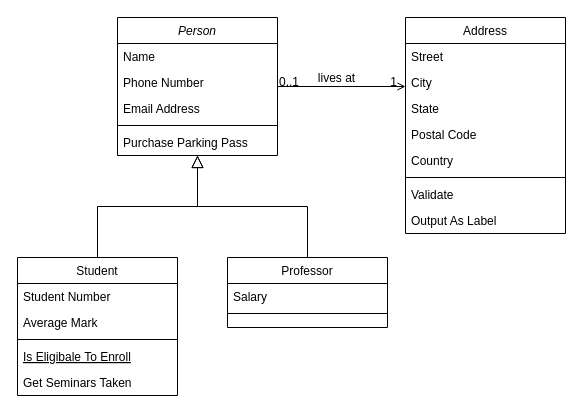
Before: Phase1Domain.drawio in spjanic10/BuySellWebApp, a draw.io diagram. Source tidied: cells renumbered, new cells numbered last; positions are measured from the earlier drawing's top-left corner, leaving out a move shared by most shapes. Both pictures are drawn from the tidied source at 100%, with x=0, y=0 at pixel (17, 17).
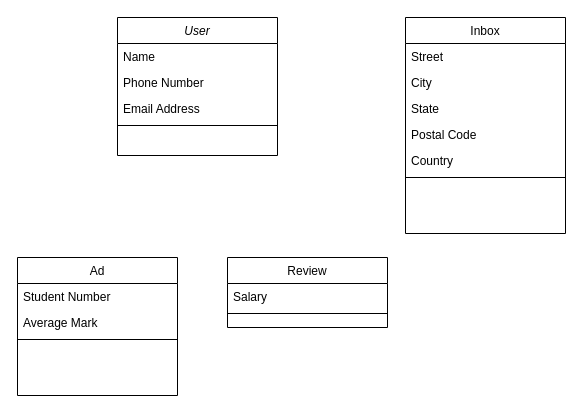
After the change.

Diff of the diagram source:
```diff
@@
-    <mxCell id="2" value="Person" style="swimlane;fontStyle=2;align=center;verticalAlign=top;horizontal=1;startSize=26;rounded=0;shadow=0;strokeWidth=1;" parent="1" vertex="1">
+    <mxCell id="2" value="User" style="swimlane;fontStyle=2;align=center;verticalAlign=top;horizontal=1;startSize=26;rounded=0;shadow=0;strokeWidth=1;" parent="1" vertex="1">
       <mxGeometry x="100" width="160" height="138" as="geometry" />
     </mxCell>
@@
-    <mxCell id="7" value="Purchase Parking Pass" style="text;align=left;verticalAlign=top;spacingLeft=4;spacingRight=4;overflow=hidden;" parent="2" vertex="1">
-      <mxGeometry y="112" width="160" height="26" as="geometry" />
-    </mxCell>
-    <mxCell id="8" value="Student" style="swimlane;fontStyle=0;align=center;verticalAlign=top;horizontal=1;startSize=26;rounded=0;shadow=0;strokeWidth=1;" parent="1" vertex="1">
+    <mxCell id="8" value="Ad" style="swimlane;fontStyle=0;align=center;verticalAlign=top;horizontal=1;startSize=26;rounded=0;shadow=0;strokeWidth=1;" parent="1" vertex="1">
       <mxGeometry y="240" width="160" height="138" as="geometry" />
     </mxCell>
@@
-    <mxCell id="12" value="Is Eligibale To Enroll" style="text;align=left;verticalAlign=top;spacingLeft=4;spacingRight=4;overflow=hidden;fontStyle=4;" parent="8" vertex="1">
-      <mxGeometry y="86" width="160" height="26" as="geometry" />
-    </mxCell>
-    <mxCell id="13" value="Get Seminars Taken" style="text;align=left;verticalAlign=top;spacingLeft=4;spacingRight=4;overflow=hidden;" parent="8" vertex="1">
-      <mxGeometry y="112" width="160" height="26" as="geometry" />
-    </mxCell>
-    <mxCell id="14" style="endArrow=block;endSize=10;endFill=0;shadow=0;strokeWidth=1;rounded=0;edgeStyle=elbowEdgeStyle;elbow=vertical;" parent="1" edge="1" source="8" target="2">
-      <mxGeometry relative="1" as="geometry" />
-    </mxCell>
-    <mxCell id="15" value="Professor" style="swimlane;fontStyle=0;align=center;verticalAlign=top;horizontal=1;startSize=26;rounded=0;shadow=0;strokeWidth=1;" parent="1" vertex="1">
+    <mxCell id="15" value="Review" style="swimlane;fontStyle=0;align=center;verticalAlign=top;horizontal=1;startSize=26;rounded=0;shadow=0;strokeWidth=1;" parent="1" vertex="1">
       <mxGeometry x="210" y="240" width="160" height="70" as="geometry" />
     </mxCell>
@@
-    <mxCell id="18" style="endArrow=block;endSize=10;endFill=0;shadow=0;strokeWidth=1;rounded=0;edgeStyle=elbowEdgeStyle;elbow=vertical;" parent="1" edge="1" source="15" target="2">
-      <mxGeometry relative="1" as="geometry" />
-    </mxCell>
-    <mxCell id="19" value="Address" style="swimlane;fontStyle=0;align=center;verticalAlign=top;horizontal=1;startSize=26;rounded=0;shadow=0;strokeWidth=1;" parent="1" vertex="1">
+    <mxCell id="19" value="Inbox" style="swimlane;fontStyle=0;align=center;verticalAlign=top;horizontal=1;startSize=26;rounded=0;shadow=0;strokeWidth=1;" parent="1" vertex="1">
       <mxGeometry x="388" width="160" height="216" as="geometry" />
     </mxCell>
@@
-    <mxCell id="26" value="Validate" style="text;align=left;verticalAlign=top;spacingLeft=4;spacingRight=4;overflow=hidden;" parent="19" vertex="1">
-      <mxGeometry y="164" width="160" height="26" as="geometry" />
-    </mxCell>
-    <mxCell id="27" value="Output As Label" style="text;align=left;verticalAlign=top;spacingLeft=4;spacingRight=4;overflow=hidden;" parent="19" vertex="1">
-      <mxGeometry y="190" width="160" height="26" as="geometry" />
-    </mxCell>
-    <mxCell id="28" style="endArrow=open;shadow=0;strokeWidth=1;rounded=0;endFill=1;edgeStyle=elbowEdgeStyle;elbow=vertical;" parent="1" edge="1" source="2" target="19">
-      <mxGeometry x="0.5" y="41" relative="1" as="geometry">
-        <mxPoint x="-40" y="32" as="offset" />
-      </mxGeometry>
-    </mxCell>
-    <mxCell id="29" value="0..1" style="align=left;verticalAlign=bottom;labelBackgroundColor=none;fontSize=12;" parent="28" vertex="1">
-      <mxGeometry x="-1" relative="1" as="geometry">
-        <mxPoint y="4" as="offset" />
-      </mxGeometry>
-    </mxCell>
-    <mxCell id="30" value="1" style="align=right;verticalAlign=bottom;labelBackgroundColor=none;fontSize=12;" parent="28" vertex="1">
-      <mxGeometry x="1" relative="1" as="geometry">
-        <mxPoint x="-7" y="4" as="offset" />
-      </mxGeometry>
-    </mxCell>
-    <mxCell id="31" value="lives at" style="text;html=1;align=center;verticalAlign=middle;labelBackgroundColor=none;rounded=0;shadow=0;strokeWidth=1;fontSize=12;" parent="28" vertex="1">
-      <mxGeometry x="0.5" y="49" relative="1" as="geometry">
-        <mxPoint x="-38" y="40" as="offset" />
-      </mxGeometry>
-    </mxCell>
```
